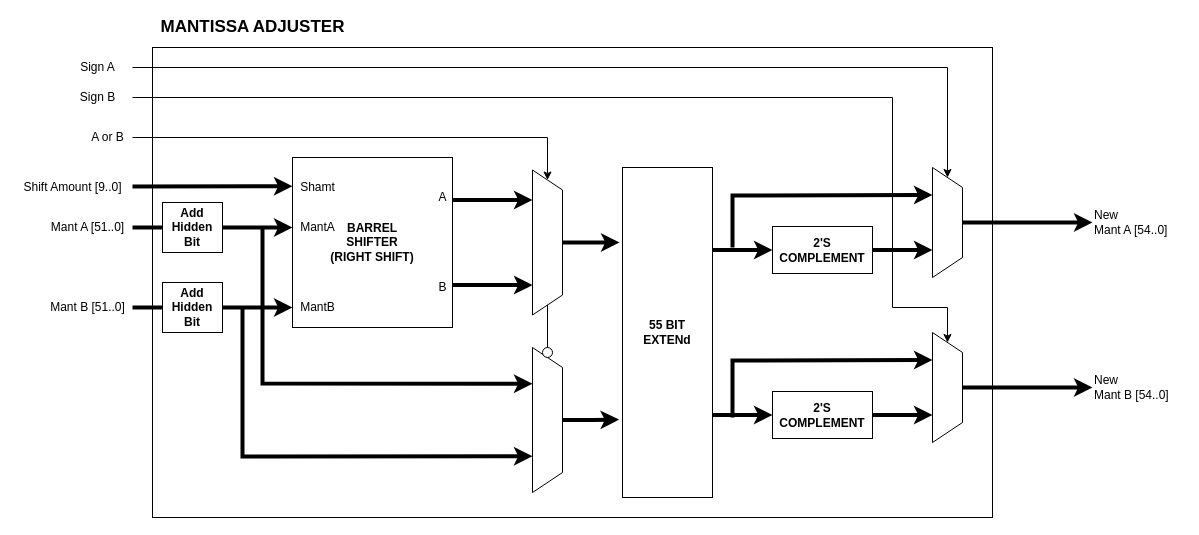
hohaicongthuan/Project-2 keeps this draw.io diagram as page "Mantissa Adjuster" (4 of 15) of Diagrams/Floating-point.drawio. Above is the earlier version. Source tidied: cells renumbered, new cells numbered last; positions are measured from the earlier drawing's top-left corner, leaving out a move shared by most shapes. Both pictures are drawn from the tidied source at 100%, with x=0, y=0 at pixel (17, 17).
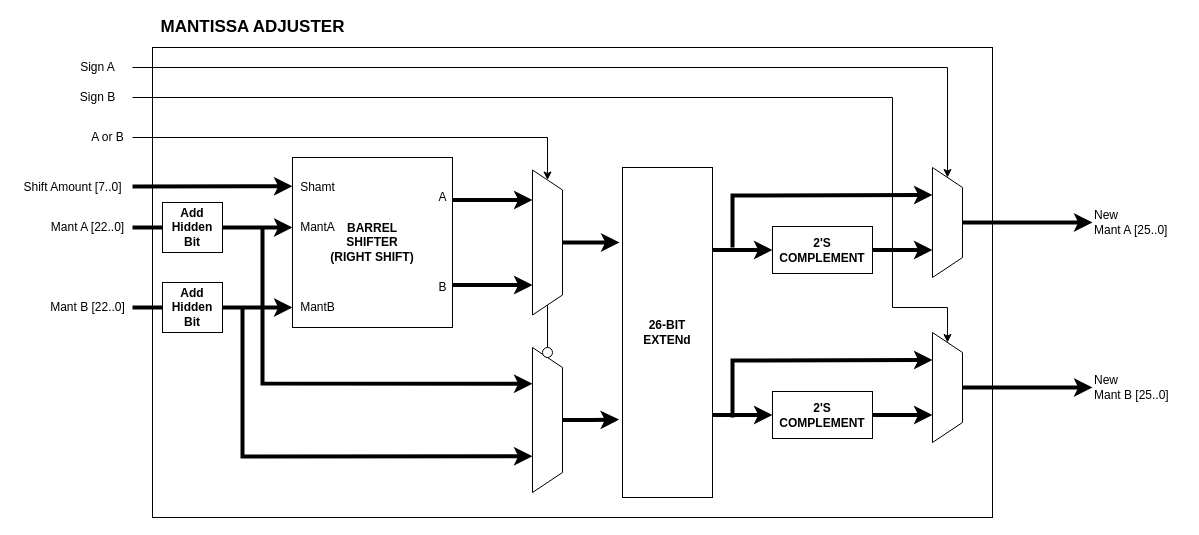
Above is the later version.

Diff of the diagram source:
```diff
@@
-    <mxCell id="4" value="Mant A [51..0]" style="text;html=1;align=center;verticalAlign=middle;strokeColor=none;fillColor=none;" parent="1" vertex="1">
+    <mxCell id="4" value="Mant A [22..0]" style="text;html=1;align=center;verticalAlign=middle;strokeColor=none;fillColor=none;" parent="1" vertex="1">
       <mxGeometry x="25" y="200" width="90" height="20" as="geometry" />
     </mxCell>
@@
-    <mxCell id="6" value="Mant B [51..0]" style="text;html=1;align=center;verticalAlign=middle;strokeColor=none;fillColor=none;" parent="1" vertex="1">
+    <mxCell id="6" value="Mant B [22..0]" style="text;html=1;align=center;verticalAlign=middle;strokeColor=none;fillColor=none;" parent="1" vertex="1">
       <mxGeometry x="25" y="280" width="90" height="20" as="geometry" />
     </mxCell>
@@
-    <mxCell id="13" value="Shift Amount [9..0]" style="text;html=1;align=center;verticalAlign=middle;strokeColor=none;fillColor=none;" parent="1" vertex="1">
+    <mxCell id="13" value="Shift Amount [7..0]" style="text;html=1;align=center;verticalAlign=middle;strokeColor=none;fillColor=none;" parent="1" vertex="1">
       <mxGeometry y="160" width="110" height="20" as="geometry" />
     </mxCell>
@@
-    <mxCell id="33" value="&lt;b&gt;55 BIT&lt;br&gt;EXTENd&lt;/b&gt;" style="rounded=0;whiteSpace=wrap;html=1;strokeColor=default;fillColor=default;" parent="1" vertex="1">
+    <mxCell id="33" value="&lt;b&gt;26-BIT&lt;br&gt;EXTENd&lt;/b&gt;" style="rounded=0;whiteSpace=wrap;html=1;strokeColor=default;fillColor=default;" parent="1" vertex="1">
       <mxGeometry x="605" y="150" width="90" height="330" as="geometry" />
     </mxCell>
@@
-    <mxCell id="44" value="New&lt;br&gt;Mant A [54..0]" style="text;html=1;align=left;verticalAlign=middle;strokeColor=none;fillColor=none;" parent="1" vertex="1">
+    <mxCell id="44" value="New&lt;br&gt;Mant A [25..0]" style="text;html=1;align=left;verticalAlign=middle;strokeColor=none;fillColor=none;" parent="1" vertex="1">
       <mxGeometry x="1075" y="190" width="90" height="30" as="geometry" />
     </mxCell>
-    <mxCell id="45" value="New&lt;br&gt;Mant B [54..0]" style="text;html=1;align=left;verticalAlign=middle;strokeColor=none;fillColor=none;" parent="1" vertex="1">
+    <mxCell id="45" value="New&lt;br&gt;Mant B [25..0]" style="text;html=1;align=left;verticalAlign=middle;strokeColor=none;fillColor=none;" parent="1" vertex="1">
       <mxGeometry x="1075" y="355" width="90" height="30" as="geometry" />
     </mxCell>
```
